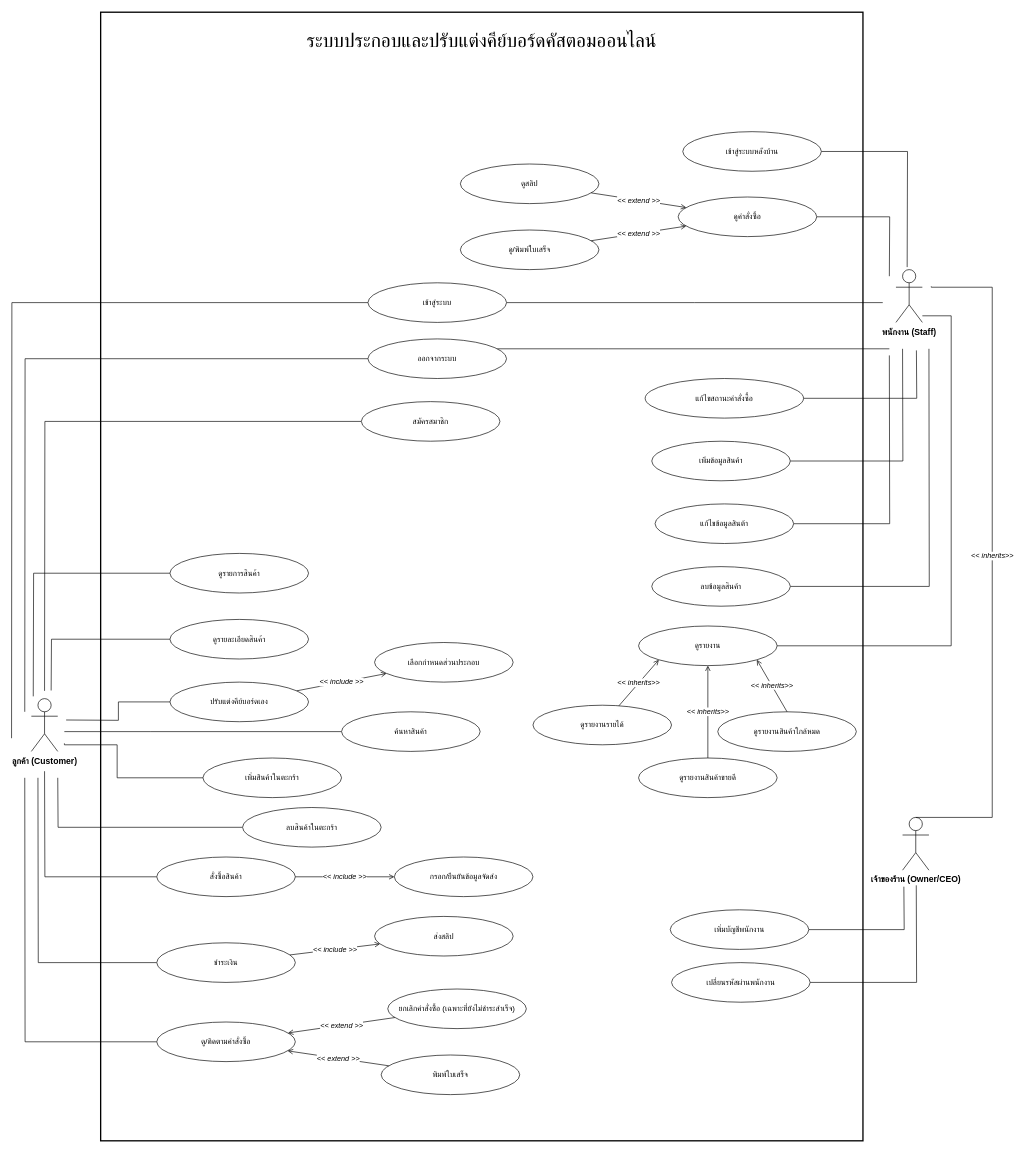
Earlier version of the draw.io diagram Diagram/UseCase.drawio (Natthapong-boy/Custom-Keyboard-WebApp). Source tidied: cells renumbered, new cells numbered last; positions are measured from the earlier drawing's top-left corner, leaving out a move shared by most shapes. Both pictures are drawn from the tidied source at 66%, with x=0, y=0 at pixel (11, 12).
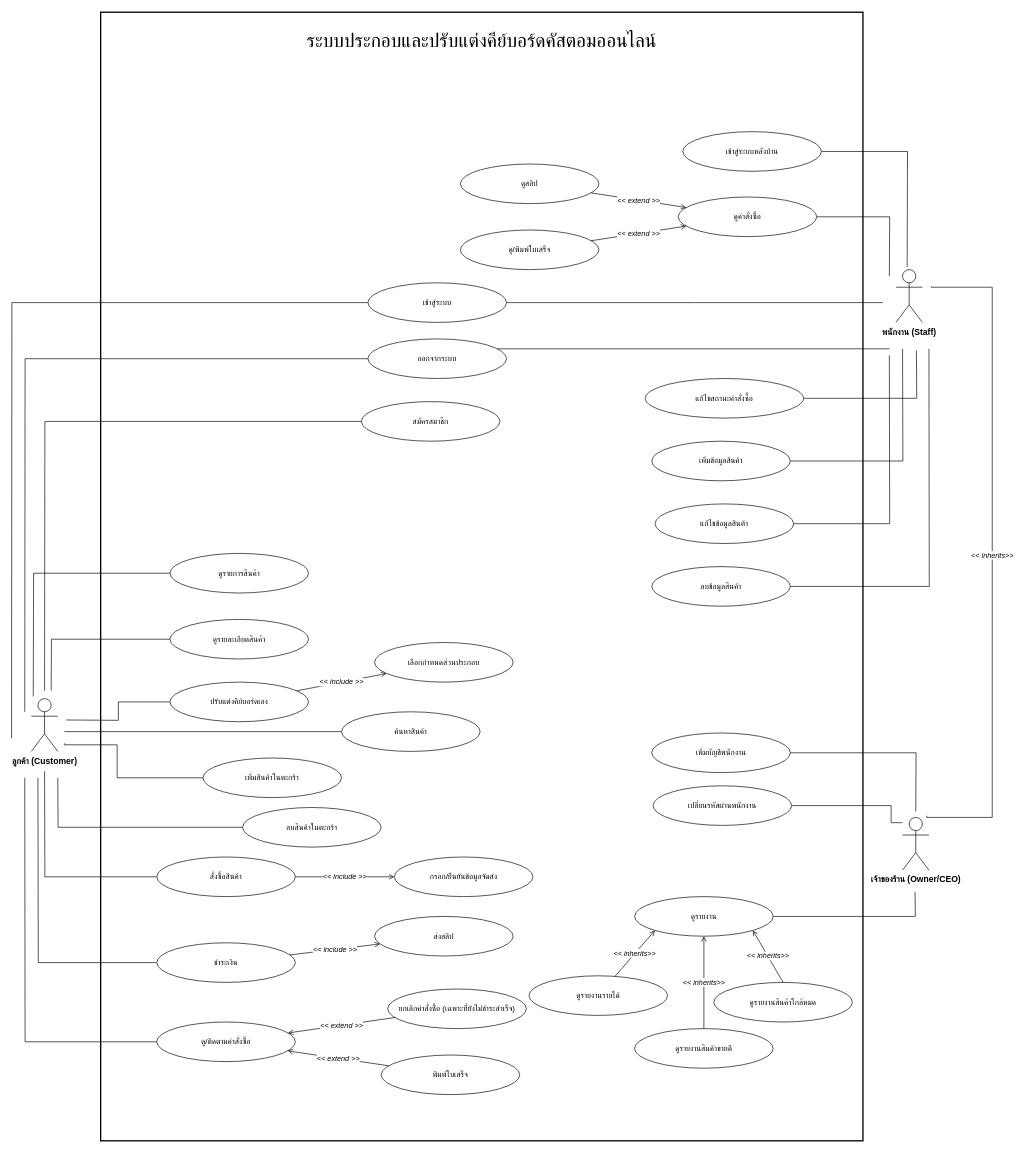
After the change.

The change refers to these unchanged cells:
```xml
<mxCell id="38" value="พนักงาน (Staff)" style="shape=umlActor;verticalLabelPosition=bottom;verticalAlign=top;html=1;outlineConnect=0;fontSize=13;fontStyle=1;" parent="1" vertex="1">
  <mxGeometry x="1340" y="390" width="40" height="80" as="geometry" />
</mxCell>
<mxCell id="39" value="เจ้าของร้าน (Owner/CEO)" style="shape=umlActor;verticalLabelPosition=bottom;verticalAlign=top;html=1;outlineConnect=0;fontSize=13;fontStyle=1;" parent="1" vertex="1">
  <mxGeometry x="1350" y="1220" width="40" height="80" as="geometry" />
</mxCell>
```

The edit, as a diff of the source:
```diff
@@
-    <mxCell id="36" style="edgeStyle=orthogonalEdgeStyle;rounded=0;jettySize=auto;html=1;endArrow=none;endFill=0;" parent="1" edge="1" source="37">
-      <mxGeometry relative="1" as="geometry">
-        <mxPoint x="1370.8" y="1322.9" as="targetPoint" />
-      </mxGeometry>
-    </mxCell>
     <mxCell id="37" value="เปลี่ยนรหัสผ่านพนักงาน" style="ellipse;whiteSpace=wrap;html=1;fontSize=12;" parent="1" vertex="1">
-      <mxGeometry x="1000" y="1440" width="210" height="60" as="geometry" />
+      <mxGeometry x="972" y="1172.1" width="210" height="60" as="geometry" />
     </mxCell>
@@
-    <mxCell id="60" style="edgeStyle=orthogonalEdgeStyle;rounded=0;jettySize=auto;html=1;endArrow=none;endFill=0;" parent="1" edge="1" source="61" target="38">
-      <mxGeometry x="0.03" relative="1" as="geometry">
-        <Array as="points">
-          <mxPoint x="1423.7" y="960" />
-          <mxPoint x="1423.7" y="460" />
-        </Array>
-      </mxGeometry>
-    </mxCell>
+    <mxCell id="71" style="edgeStyle=orthogonalEdgeStyle;rounded=0;jettySize=auto;html=1;endArrow=none;endFill=0;" parent="1" edge="1" source="61">
+      <mxGeometry relative="1" as="geometry">
+        <mxPoint x="1368.9" y="1332.6" as="targetPoint" />
+      </mxGeometry>
+    </mxCell>
     <mxCell id="61" value="ดูรายงาน" style="ellipse;whiteSpace=wrap;html=1;fontSize=12;" parent="1" vertex="1">
-      <mxGeometry x="950" y="930" width="210" height="60" as="geometry" />
+      <mxGeometry x="944" y="1340" width="210" height="60" as="geometry" />
     </mxCell>
     <mxCell id="62" value="ดูรายงานรายได้" style="ellipse;whiteSpace=wrap;html=1;fontSize=12;" parent="1" vertex="1">
-      <mxGeometry x="790" y="1050" width="210" height="60" as="geometry" />
+      <mxGeometry x="784" y="1460" width="210" height="60" as="geometry" />
     </mxCell>
     <mxCell id="63" value="ดูรายงานสินค้าขายดี" style="ellipse;whiteSpace=wrap;html=1;fontSize=12;" parent="1" vertex="1">
-      <mxGeometry x="950" y="1130" width="210" height="60" as="geometry" />
+      <mxGeometry x="944" y="1540" width="210" height="60" as="geometry" />
     </mxCell>
     <mxCell id="64" value="ดูรายงานสินค้าใกล้หมด" style="ellipse;whiteSpace=wrap;html=1;fontSize=12;" parent="1" vertex="1">
-      <mxGeometry x="1070" y="1060" width="210" height="60" as="geometry" />
+      <mxGeometry x="1064" y="1470" width="210" height="60" as="geometry" />
     </mxCell>
@@
-    <mxCell id="68" value="&amp;lt;&amp;lt; inherits&amp;gt;&amp;gt;" style="endArrow=none;endFill=0;html=1;rounded=0;fontSize=11;fontStyle=2;labelBackgroundColor=#ffffff;exitX=0.5;exitY=0;exitDx=0;exitDy=0;exitPerimeter=0;edgeStyle=orthogonalEdgeStyle;" parent="1" edge="1" source="39">
-      <mxGeometry x="0.01" relative="1" as="geometry">
+    <mxCell id="68" value="&amp;lt;&amp;lt; inherits&amp;gt;&amp;gt;" style="endArrow=none;endFill=0;html=1;rounded=0;fontSize=11;fontStyle=2;labelBackgroundColor=#ffffff;edgeStyle=orthogonalEdgeStyle;" parent="1" edge="1">
+      <mxGeometry relative="1" as="geometry">
+        <mxPoint x="1386.8" y="1217.5" as="sourcePoint" />
         <mxPoint x="1393.5" y="415.4" as="targetPoint" />
         <Array as="points">
           <mxPoint x="1485.9" y="1220" />
           <mxPoint x="1485.9" y="416.7" />
         </Array>
       </mxGeometry>
     </mxCell>
-    <mxCell id="69" style="edgeStyle=orthogonalEdgeStyle;rounded=0;jettySize=auto;html=1;endArrow=none;endFill=0;" parent="1" edge="1" source="70">
-      <mxGeometry relative="1" as="geometry">
-        <mxPoint x="1352" y="1325" as="targetPoint" />
-      </mxGeometry>
-    </mxCell>
     <mxCell id="70" value="เพิ่มบัญชีพนักงาน" style="ellipse;whiteSpace=wrap;html=1;fontSize=12;" parent="1" vertex="1">
-      <mxGeometry x="998" y="1360" width="210" height="60" as="geometry" />
+      <mxGeometry x="970" y="1092.1" width="210" height="60" as="geometry" />
     </mxCell>
+    <mxCell id="72" style="edgeStyle=orthogonalEdgeStyle;rounded=0;jettySize=auto;html=1;endArrow=none;endFill=0;" parent="1" edge="1" source="70">
+      <mxGeometry x="0.03" relative="1" as="geometry">
+        <mxPoint x="1370" y="1210.8" as="targetPoint" />
+      </mxGeometry>
+    </mxCell>
+    <mxCell id="73" style="edgeStyle=orthogonalEdgeStyle;rounded=0;jettySize=auto;html=1;endArrow=none;endFill=0;" parent="1" edge="1" source="37" target="39">
+      <mxGeometry x="0.05" relative="1" as="geometry">
+        <Array as="points">
+          <mxPoint x="1332.7" y="1202.1" />
+          <mxPoint x="1332.7" y="1228" />
+        </Array>
+      </mxGeometry>
+    </mxCell>
```
